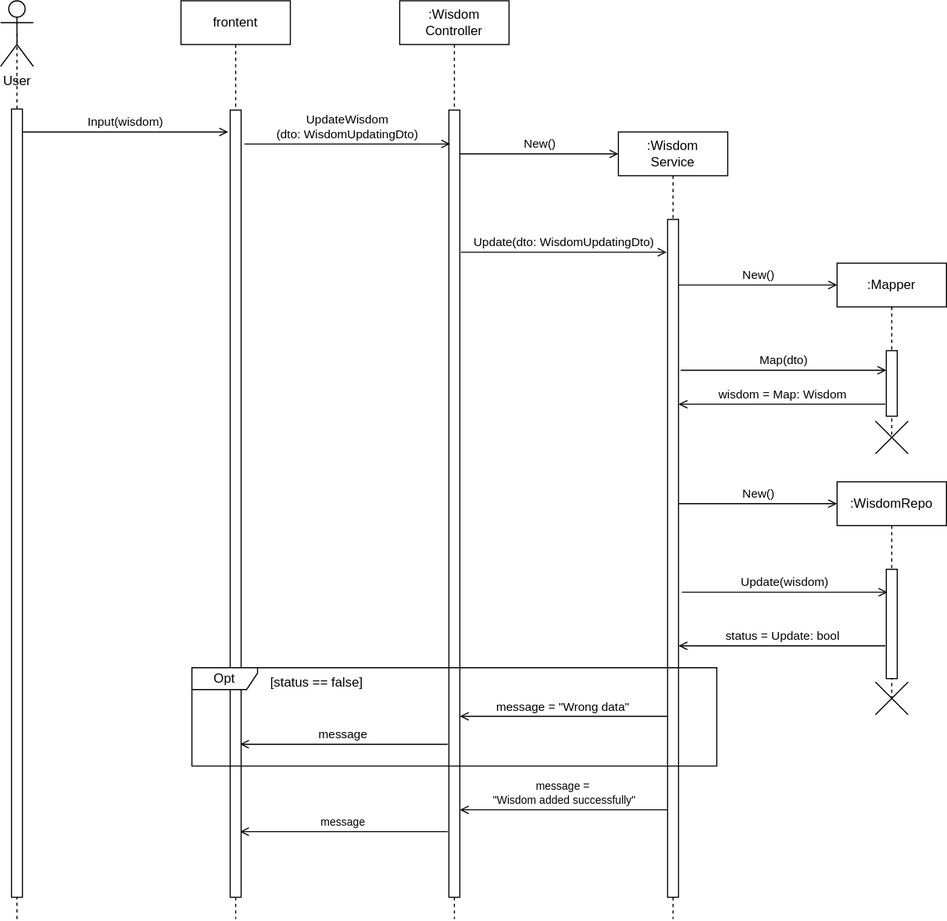
This is Diagram/Sequence/Manage Wisdom (Update).svg from Davidemad24/WisdomSystem, a draw.io export, as it was before one commit. Source tidied: cells renumbered, new cells last; positions are measured from the earlier drawing's top-left corner, leaving out a move shared by most shapes.
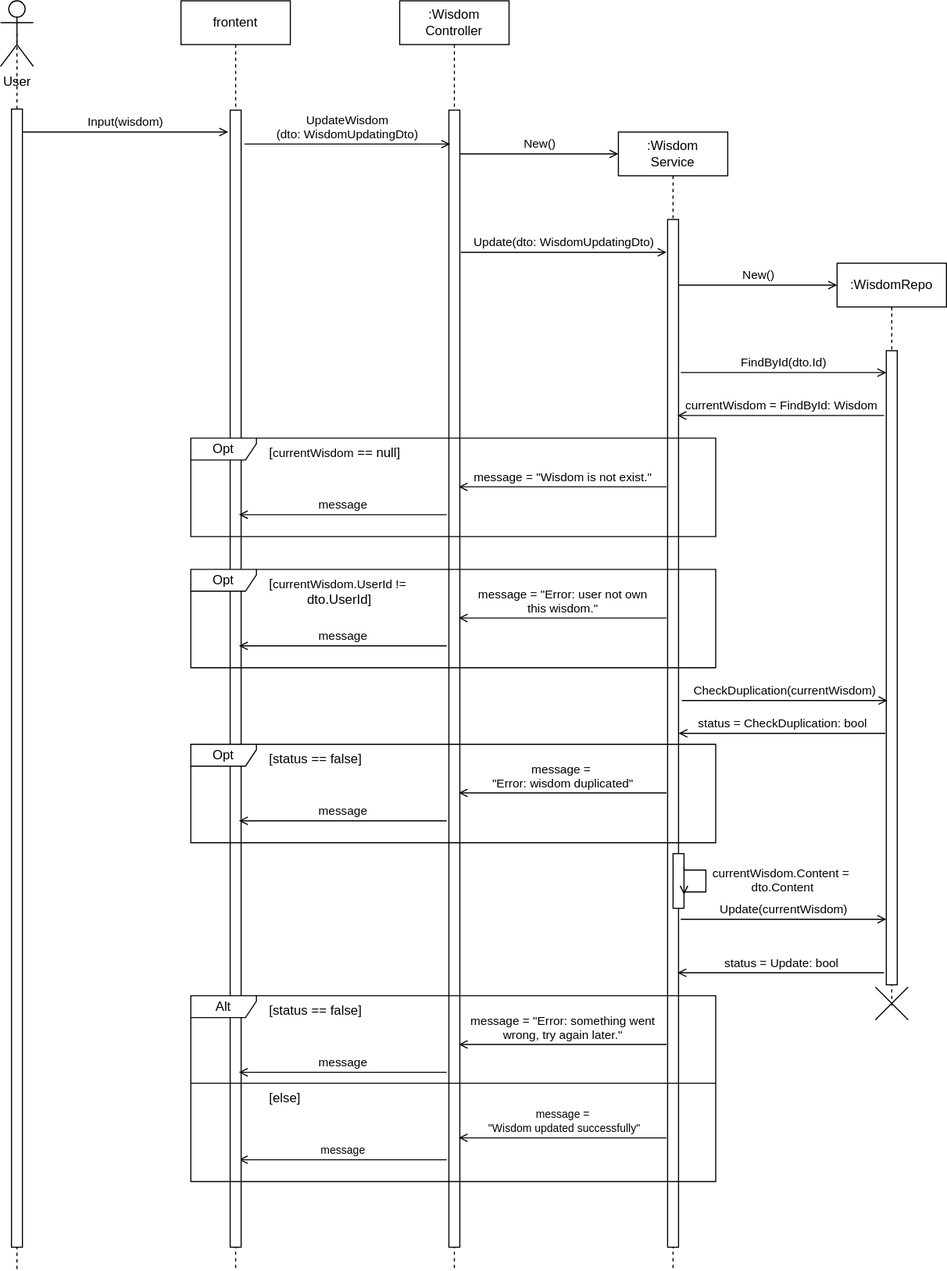
Above is the later version.

What changed in the source:
```diff
@@ -3,16 +3,16 @@
     <mxCell id="0" />
     <mxCell id="1" parent="0" />
     <mxCell id="2" value=":Wisdom&lt;div&gt;Controller&lt;/div&gt;" style="shape=umlLifeline;perimeter=lifelinePerimeter;whiteSpace=wrap;html=1;newEdgeStyle={&quot;edgeStyle&quot;:&quot;elbowEdgeStyle&quot;,&quot;elbow&quot;:&quot;vertical&quot;,&quot;curved&quot;:0,&quot;rounded&quot;:0};" parent="1" vertex="1">
-      <mxGeometry x="365" width="100" height="840" as="geometry" />
+      <mxGeometry x="365" width="100" height="1160" as="geometry" />
     </mxCell>
     <mxCell id="3" style="html=1;points=[];perimeter=orthogonalPerimeter;outlineConnect=0;targetShapes=umlLifeline;portConstraint=eastwest;newEdgeStyle={&quot;edgeStyle&quot;:&quot;elbowEdgeStyle&quot;,&quot;elbow&quot;:&quot;vertical&quot;,&quot;curved&quot;:0,&quot;rounded&quot;:0};" parent="2" vertex="1">
-      <mxGeometry x="45" y="100" width="10" height="720" as="geometry" />
+      <mxGeometry x="45" y="100" width="10" height="1040" as="geometry" />
     </mxCell>
     <mxCell id="4" value=":Wisdom&lt;div&gt;Service&lt;/div&gt;" style="shape=umlLifeline;perimeter=lifelinePerimeter;whiteSpace=wrap;html=1;newEdgeStyle={&quot;edgeStyle&quot;:&quot;elbowEdgeStyle&quot;,&quot;elbow&quot;:&quot;vertical&quot;,&quot;curved&quot;:0,&quot;rounded&quot;:0};" parent="1" vertex="1">
-      <mxGeometry x="565" y="120" width="100" height="720" as="geometry" />
+      <mxGeometry x="565" y="120" width="100" height="1040" as="geometry" />
     </mxCell>
     <mxCell id="5" style="html=1;perimeter=orthogonalPerimeter;targetShapes=umlLifeline;newEdgeStyle={&quot;edgeStyle&quot;:&quot;elbowEdgeStyle&quot;,&quot;elbow&quot;:&quot;vertical&quot;,&quot;curved&quot;:0,&quot;rounded&quot;:0};" parent="4" vertex="1">
-      <mxGeometry x="45" y="80" width="10" height="620" as="geometry" />
+      <mxGeometry x="45" y="80" width="10" height="940" as="geometry" />
     </mxCell>
     <mxCell id="6" value="User" style="shape=umlActor;verticalLabelPosition=bottom;verticalAlign=top;html=1;outlineConnect=0;" parent="1" vertex="1">
       <mxGeometry width="30" height="60" as="geometry" />
@@ -22,11 +22,11 @@
     </mxCell>
     <mxCell id="8" style="endArrow=none;dashed=1;html=1;rounded=0;entryX=0.5;entryY=0.5;entryDx=0;entryDy=0;entryPerimeter=0;" parent="1" edge="1" target="9">
       <mxGeometry relative="1" as="geometry">
-        <mxPoint x="15" y="840" as="sourcePoint" />
+        <mxPoint x="15" y="1160" as="sourcePoint" />
       </mxGeometry>
     </mxCell>
     <mxCell id="9" style="rounded=0;whiteSpace=wrap;html=1;" parent="1" vertex="1">
-      <mxGeometry x="10" y="99" width="10" height="721" as="geometry" />
+      <mxGeometry x="10" y="99" width="10" height="1041" as="geometry" />
     </mxCell>
     <mxCell id="10" value="UpdateWisdom&lt;div&gt;(dto: WisdomUpdatingDto)&lt;/div&gt;" style="html=1;verticalAlign=bottom;labelBackgroundColor=none;endArrow=open;endFill=0;rounded=0;exitX=1.28;exitY=0.094;exitDx=0;exitDy=0;exitPerimeter=0;" parent="1" edge="1">
       <mxGeometry relative="1" as="geometry">
@@ -35,10 +35,10 @@
       </mxGeometry>
     </mxCell>
     <mxCell id="11" value=":WisdomRepo" style="shape=umlLifeline;perimeter=lifelinePerimeter;whiteSpace=wrap;html=1;newEdgeStyle={&quot;edgeStyle&quot;:&quot;elbowEdgeStyle&quot;,&quot;elbow&quot;:&quot;vertical&quot;,&quot;curved&quot;:0,&quot;rounded&quot;:0};" parent="1" vertex="1">
-      <mxGeometry x="765" y="440" width="100" height="200" as="geometry" />
+      <mxGeometry x="765" y="240" width="100" height="680" as="geometry" />
     </mxCell>
     <mxCell id="12" style="html=1;perimeter=orthogonalPerimeter;targetShapes=umlLifeline;newEdgeStyle={&quot;edgeStyle&quot;:&quot;elbowEdgeStyle&quot;,&quot;elbow&quot;:&quot;vertical&quot;,&quot;curved&quot;:0,&quot;rounded&quot;:0};" parent="11" vertex="1">
-      <mxGeometry x="45" y="80" width="10" height="100" as="geometry" />
+      <mxGeometry x="45" y="80" width="10" height="580" as="geometry" />
     </mxCell>
     <mxCell id="13" value="New()" style="html=1;verticalAlign=bottom;labelBackgroundColor=none;endArrow=open;endFill=0;rounded=0;" parent="1" edge="1" source="3">
       <mxGeometry relative="1" as="geometry">
@@ -53,39 +53,39 @@
     </mxCell>
     <mxCell id="15" value="New()" style="html=1;verticalAlign=bottom;labelBackgroundColor=none;endArrow=open;endFill=0;rounded=0;" parent="1" edge="1">
       <mxGeometry relative="1" as="geometry">
-        <mxPoint x="620" y="460" as="sourcePoint" />
-        <mxPoint x="765" y="460" as="targetPoint" />
+        <mxPoint x="620" y="260" as="sourcePoint" />
+        <mxPoint x="765" y="260" as="targetPoint" />
       </mxGeometry>
     </mxCell>
-    <mxCell id="16" value="Update(wisdom)" style="html=1;verticalAlign=bottom;labelBackgroundColor=none;endArrow=open;endFill=0;rounded=0;exitX=1.28;exitY=0.094;exitDx=0;exitDy=0;exitPerimeter=0;" parent="1" edge="1">
+    <mxCell id="16" value="Update(currentWisdom)" style="html=1;verticalAlign=bottom;labelBackgroundColor=none;endArrow=open;endFill=0;rounded=0;exitX=1.28;exitY=0.094;exitDx=0;exitDy=0;exitPerimeter=0;" parent="1" edge="1">
       <mxGeometry relative="1" as="geometry">
-        <mxPoint x="623" y="541" as="sourcePoint" />
-        <mxPoint x="811" y="541" as="targetPoint" />
+        <mxPoint x="622" y="840" as="sourcePoint" />
+        <mxPoint x="810" y="840" as="targetPoint" />
       </mxGeometry>
     </mxCell>
     <mxCell id="17" value="status = Update: bool" style="html=1;verticalAlign=bottom;labelBackgroundColor=none;endArrow=open;endFill=0;rounded=0;" parent="1" edge="1">
       <mxGeometry relative="1" as="geometry">
-        <mxPoint x="809" y="590" as="sourcePoint" />
-        <mxPoint x="620" y="590" as="targetPoint" />
+        <mxPoint x="808" y="889" as="sourcePoint" />
+        <mxPoint x="619" y="889" as="targetPoint" />
       </mxGeometry>
     </mxCell>
     <mxCell id="18" style="shape=umlDestroy;html=1;" parent="1" vertex="1">
-      <mxGeometry x="800" y="623" width="30" height="30" as="geometry" />
+      <mxGeometry x="800" y="902" width="30" height="30" as="geometry" />
     </mxCell>
     <mxCell id="19" value="&lt;span style=&quot;font-size: 10px;&quot;&gt;message&lt;/span&gt;" style="html=1;verticalAlign=bottom;labelBackgroundColor=none;endArrow=open;endFill=0;rounded=0;" parent="1" edge="1">
       <mxGeometry relative="1" as="geometry">
-        <mxPoint x="409" y="760" as="sourcePoint" />
-        <mxPoint x="219" y="760" as="targetPoint" />
+        <mxPoint x="408" y="1060" as="sourcePoint" />
+        <mxPoint x="218" y="1060" as="targetPoint" />
       </mxGeometry>
     </mxCell>
     <mxCell id="20" value="frontent" style="shape=umlLifeline;perimeter=lifelinePerimeter;whiteSpace=wrap;html=1;newEdgeStyle={&quot;edgeStyle&quot;:&quot;elbowEdgeStyle&quot;,&quot;elbow&quot;:&quot;vertical&quot;,&quot;curved&quot;:0,&quot;rounded&quot;:0};" parent="1" vertex="1">
-      <mxGeometry x="165" width="100" height="840" as="geometry" />
+      <mxGeometry x="165" width="100" height="1160" as="geometry" />
     </mxCell>
     <mxCell id="21" style="html=1;perimeter=orthogonalPerimeter;targetShapes=umlLifeline;newEdgeStyle={&quot;edgeStyle&quot;:&quot;elbowEdgeStyle&quot;,&quot;elbow&quot;:&quot;vertical&quot;,&quot;curved&quot;:0,&quot;rounded&quot;:0};" parent="20" vertex="1">
-      <mxGeometry x="45" y="100" width="10" height="720" as="geometry" />
+      <mxGeometry x="45" y="100" width="10" height="1040" as="geometry" />
     </mxCell>
-    <mxCell id="22" value="Opt" style="shape=umlFrame;whiteSpace=wrap;html=1;width=60;height=20;" parent="1" vertex="1">
-      <mxGeometry x="175" y="610" width="480" height="90" as="geometry" />
+    <mxCell id="22" value="Alt" style="shape=umlFrame;whiteSpace=wrap;html=1;width=60;height=20;" parent="1" vertex="1">
+      <mxGeometry x="174" y="910" width="480" height="170" as="geometry" />
     </mxCell>
     <mxCell id="23" value="[status == false]" style="text;html=1;" parent="22" vertex="1">
       <mxGeometry width="100" height="20" relative="1" as="geometry">
@@ -98,50 +98,130 @@
         <mxPoint x="44" y="70" as="targetPoint" />
       </mxGeometry>
     </mxCell>
-    <mxCell id="25" value="message = &quot;Wrong data&quot;" style="html=1;verticalAlign=bottom;labelBackgroundColor=none;endArrow=open;endFill=0;rounded=0;" parent="22" edge="1">
+    <mxCell id="25" value="message = &quot;Error: something went&lt;div&gt;wrong, try again later.&quot;&lt;/div&gt;" style="html=1;verticalAlign=bottom;labelBackgroundColor=none;endArrow=open;endFill=0;rounded=0;" parent="22" edge="1">
       <mxGeometry relative="1" as="geometry">
         <mxPoint x="435" y="44.5" as="sourcePoint" />
         <mxPoint x="245" y="44.5" as="targetPoint" />
       </mxGeometry>
     </mxCell>
+    <mxCell id="34" style="endArrow=none;html=1;rounded=0;entryX=0.999;entryY=0.501;entryDx=0;entryDy=0;entryPerimeter=0;" parent="22" edge="1">
+      <mxGeometry relative="1" as="geometry">
+        <mxPoint y="80" as="sourcePoint" />
+        <mxPoint x="480" y="80" as="targetPoint" />
+      </mxGeometry>
+    </mxCell>
+    <mxCell id="35" value="[else]" style="text;html=1;" parent="22" vertex="1">
+      <mxGeometry x="70" y="80" width="100" height="20" as="geometry" />
+    </mxCell>
     <mxCell id="26" value="Input(wisdom)" style="html=1;verticalAlign=bottom;labelBackgroundColor=none;endArrow=open;endFill=0;rounded=0;exitX=1.28;exitY=0.094;exitDx=0;exitDy=0;exitPerimeter=0;" parent="1" edge="1">
       <mxGeometry relative="1" as="geometry">
         <mxPoint x="20" y="120" as="sourcePoint" />
         <mxPoint x="208.2" y="120" as="targetPoint" />
       </mxGeometry>
     </mxCell>
-    <mxCell id="27" value="&lt;span style=&quot;font-size: 10px;&quot;&gt;message =&lt;/span&gt;&lt;div&gt;&lt;span style=&quot;font-size: 10px;&quot;&gt;&amp;nbsp;&quot;Wisdom added successfully&quot;&lt;/span&gt;&lt;/div&gt;" style="html=1;verticalAlign=bottom;labelBackgroundColor=none;endArrow=open;endFill=0;rounded=0;" parent="1" edge="1">
+    <mxCell id="27" value="&lt;span style=&quot;font-size: 10px;&quot;&gt;message =&lt;/span&gt;&lt;div&gt;&lt;span style=&quot;font-size: 10px;&quot;&gt;&amp;nbsp;&quot;Wisdom updated successfully&quot;&lt;/span&gt;&lt;/div&gt;" style="html=1;verticalAlign=bottom;labelBackgroundColor=none;endArrow=open;endFill=0;rounded=0;" parent="1" edge="1">
       <mxGeometry relative="1" as="geometry">
-        <mxPoint x="610" y="740" as="sourcePoint" />
-        <mxPoint x="420" y="740" as="targetPoint" />
+        <mxPoint x="609" y="1040" as="sourcePoint" />
+        <mxPoint x="419" y="1040" as="targetPoint" />
       </mxGeometry>
     </mxCell>
-    <mxCell id="28" value=":Mapper" style="shape=umlLifeline;perimeter=lifelinePerimeter;whiteSpace=wrap;html=1;newEdgeStyle={&quot;edgeStyle&quot;:&quot;elbowEdgeStyle&quot;,&quot;elbow&quot;:&quot;vertical&quot;,&quot;curved&quot;:0,&quot;rounded&quot;:0};" parent="1" vertex="1">
-      <mxGeometry x="765" y="240" width="100" height="160" as="geometry" />
-    </mxCell>
-    <mxCell id="29" style="html=1;perimeter=orthogonalPerimeter;targetShapes=umlLifeline;newEdgeStyle={&quot;edgeStyle&quot;:&quot;elbowEdgeStyle&quot;,&quot;elbow&quot;:&quot;vertical&quot;,&quot;curved&quot;:0,&quot;rounded&quot;:0};" parent="28" vertex="1">
-      <mxGeometry x="45" y="80" width="10" height="60" as="geometry" />
-    </mxCell>
-    <mxCell id="30" style="shape=umlDestroy;html=1;" parent="1" vertex="1">
-      <mxGeometry x="800" y="384.5" width="30" height="30" as="geometry" />
-    </mxCell>
-    <mxCell id="31" value="Map(dto)" style="html=1;verticalAlign=bottom;labelBackgroundColor=none;endArrow=open;endFill=0;rounded=0;exitX=1.28;exitY=0.094;exitDx=0;exitDy=0;exitPerimeter=0;" parent="1" edge="1">
-      <mxGeometry relative="1" as="geometry">
-        <mxPoint x="622" y="338" as="sourcePoint" />
-        <mxPoint x="810" y="338" as="targetPoint" />
-      </mxGeometry>
-    </mxCell>
-    <mxCell id="32" value="wisdom = Map: Wisdom" style="html=1;verticalAlign=bottom;labelBackgroundColor=none;endArrow=open;endFill=0;rounded=0;" parent="1" edge="1">
-      <mxGeometry relative="1" as="geometry">
-        <mxPoint x="809" y="369" as="sourcePoint" />
-        <mxPoint x="620" y="369" as="targetPoint" />
-      </mxGeometry>
-    </mxCell>
-    <mxCell id="33" value="New()" style="html=1;verticalAlign=bottom;labelBackgroundColor=none;endArrow=open;endFill=0;rounded=0;" parent="1" edge="1">
-      <mxGeometry relative="1" as="geometry">
-        <mxPoint x="620" y="260" as="sourcePoint" />
-        <mxPoint x="765" y="260" as="targetPoint" />
-      </mxGeometry>
-    </mxCell>
+    <mxCell id="36" value="FindById(dto.Id)" style="html=1;verticalAlign=bottom;labelBackgroundColor=none;endArrow=open;endFill=0;rounded=0;exitX=1.28;exitY=0.094;exitDx=0;exitDy=0;exitPerimeter=0;" parent="1" edge="1">
+      <mxGeometry relative="1" as="geometry">
+        <mxPoint x="622" y="340" as="sourcePoint" />
+        <mxPoint x="810" y="340" as="targetPoint" />
+      </mxGeometry>
+    </mxCell>
+    <mxCell id="37" value="currentWisdom = FindById: Wisdom" style="html=1;verticalAlign=bottom;labelBackgroundColor=none;endArrow=open;endFill=0;rounded=0;" parent="1" edge="1">
+      <mxGeometry relative="1" as="geometry">
+        <mxPoint x="808" y="379.3" as="sourcePoint" />
+        <mxPoint x="619" y="379.3" as="targetPoint" />
+      </mxGeometry>
+    </mxCell>
+    <mxCell id="38" value="Opt" style="shape=umlFrame;whiteSpace=wrap;html=1;width=60;height=20;" parent="1" vertex="1">
+      <mxGeometry x="174" y="400" width="480" height="90" as="geometry" />
+    </mxCell>
+    <mxCell id="39" value="[&lt;span style=&quot;font-size: 11px; text-align: center;&quot;&gt;currentWisdom&lt;/span&gt;&amp;nbsp;== null]" style="text;html=1;" parent="38" vertex="1">
+      <mxGeometry width="100" height="20" relative="1" as="geometry">
+        <mxPoint x="70" as="offset" />
+      </mxGeometry>
+    </mxCell>
+    <mxCell id="40" value="message" style="html=1;verticalAlign=bottom;labelBackgroundColor=none;endArrow=open;endFill=0;rounded=0;" parent="38" edge="1">
+      <mxGeometry relative="1" as="geometry">
+        <mxPoint x="234" y="70" as="sourcePoint" />
+        <mxPoint x="44" y="70" as="targetPoint" />
+      </mxGeometry>
+    </mxCell>
+    <mxCell id="41" value="message = &quot;Wisdom is not exist.&quot;" style="html=1;verticalAlign=bottom;labelBackgroundColor=none;endArrow=open;endFill=0;rounded=0;" parent="38" edge="1">
+      <mxGeometry relative="1" as="geometry">
+        <mxPoint x="435" y="44.5" as="sourcePoint" />
+        <mxPoint x="245" y="44.5" as="targetPoint" />
+      </mxGeometry>
+    </mxCell>
+    <mxCell id="42" value="CheckDuplication(currentWisdom)" style="html=1;verticalAlign=bottom;labelBackgroundColor=none;endArrow=open;endFill=0;rounded=0;exitX=1.28;exitY=0.094;exitDx=0;exitDy=0;exitPerimeter=0;" parent="1" edge="1">
+      <mxGeometry relative="1" as="geometry">
+        <mxPoint x="623" y="640" as="sourcePoint" />
+        <mxPoint x="811" y="640" as="targetPoint" />
+      </mxGeometry>
+    </mxCell>
+    <mxCell id="43" value="status = CheckDuplication: bool" style="html=1;verticalAlign=bottom;labelBackgroundColor=none;endArrow=open;endFill=0;rounded=0;" parent="1" edge="1">
+      <mxGeometry relative="1" as="geometry">
+        <mxPoint x="809" y="670" as="sourcePoint" />
+        <mxPoint x="620" y="670" as="targetPoint" />
+      </mxGeometry>
+    </mxCell>
+    <mxCell id="44" value="Opt" style="shape=umlFrame;whiteSpace=wrap;html=1;width=60;height=20;" parent="1" vertex="1">
+      <mxGeometry x="174" y="680" width="480" height="90" as="geometry" />
+    </mxCell>
+    <mxCell id="45" value="[status == false]" style="text;html=1;" parent="44" vertex="1">
+      <mxGeometry width="100" height="20" relative="1" as="geometry">
+        <mxPoint x="70" as="offset" />
+      </mxGeometry>
+    </mxCell>
+    <mxCell id="46" value="message" style="html=1;verticalAlign=bottom;labelBackgroundColor=none;endArrow=open;endFill=0;rounded=0;" parent="44" edge="1">
+      <mxGeometry relative="1" as="geometry">
+        <mxPoint x="234" y="70" as="sourcePoint" />
+        <mxPoint x="44" y="70" as="targetPoint" />
+      </mxGeometry>
+    </mxCell>
+    <mxCell id="47" value="message =&amp;nbsp;&lt;div&gt;&quot;Error: wisdom duplicated&quot;&lt;/div&gt;" style="html=1;verticalAlign=bottom;labelBackgroundColor=none;endArrow=open;endFill=0;rounded=0;" parent="44" edge="1">
+      <mxGeometry relative="1" as="geometry">
+        <mxPoint x="435" y="44.5" as="sourcePoint" />
+        <mxPoint x="245" y="44.5" as="targetPoint" />
+      </mxGeometry>
+    </mxCell>
+    <mxCell id="48" value="Opt" style="shape=umlFrame;whiteSpace=wrap;html=1;width=60;height=20;" parent="1" vertex="1">
+      <mxGeometry x="174" y="520" width="480" height="90" as="geometry" />
+    </mxCell>
+    <mxCell id="49" value="&lt;div style=&quot;text-align: center;&quot;&gt;&lt;span style=&quot;background-color: transparent; color: light-dark(rgb(0, 0, 0), rgb(255, 255, 255));&quot;&gt;[&lt;span style=&quot;font-size: 11px;&quot;&gt;currentWisdom.UserId !=&amp;nbsp;&lt;/span&gt;&lt;/span&gt;&lt;/div&gt;&lt;div style=&quot;text-align: center;&quot;&gt;&lt;span style=&quot;background-color: transparent; color: light-dark(rgb(0, 0, 0), rgb(255, 255, 255));&quot;&gt;dto.UserId]&lt;/span&gt;&lt;/div&gt;" style="text;html=1;" parent="48" vertex="1">
+      <mxGeometry width="100" height="20" relative="1" as="geometry">
+        <mxPoint x="70" as="offset" />
+      </mxGeometry>
+    </mxCell>
+    <mxCell id="50" value="message" style="html=1;verticalAlign=bottom;labelBackgroundColor=none;endArrow=open;endFill=0;rounded=0;" parent="48" edge="1">
+      <mxGeometry relative="1" as="geometry">
+        <mxPoint x="234" y="70" as="sourcePoint" />
+        <mxPoint x="44" y="70" as="targetPoint" />
+      </mxGeometry>
+    </mxCell>
+    <mxCell id="51" value="message = &quot;Error: user not own&lt;div&gt;this wisdom.&quot;&lt;/div&gt;" style="html=1;verticalAlign=bottom;labelBackgroundColor=none;endArrow=open;endFill=0;rounded=0;" parent="48" edge="1">
+      <mxGeometry relative="1" as="geometry">
+        <mxPoint x="435" y="44.5" as="sourcePoint" />
+        <mxPoint x="245" y="44.5" as="targetPoint" />
+      </mxGeometry>
+    </mxCell>
+    <mxCell id="52" style="rounded=0;whiteSpace=wrap;html=1;" parent="1" vertex="1">
+      <mxGeometry x="615" y="780" width="10" height="50" as="geometry" />
+    </mxCell>
+    <mxCell id="53" value="currentWisdom.Content =&amp;nbsp;&lt;div&gt;dto.Content&lt;/div&gt;" style="html=1;verticalAlign=bottom;labelBackgroundColor=none;endArrow=open;endFill=0;rounded=0;exitX=1;exitY=0.25;exitDx=0;exitDy=0;entryX=1;entryY=0.75;entryDx=0;entryDy=0;edgeStyle=orthogonalEdgeStyle;innerLoopWaypoints=1;" parent="1" edge="1" source="52" target="52">
+      <mxGeometry x="0.31" y="70" relative="1" as="geometry">
+        <Array as="points">
+          <mxPoint x="625" y="795" />
+          <mxPoint x="645" y="795" />
+          <mxPoint x="645" y="815" />
+          <mxPoint x="625" y="815" />
+        </Array>
+        <mxPoint x="70" y="-65" as="offset" />
+      </mxGeometry>
+    </mxCell>
   </root>
 </mxGraphModel>
```
